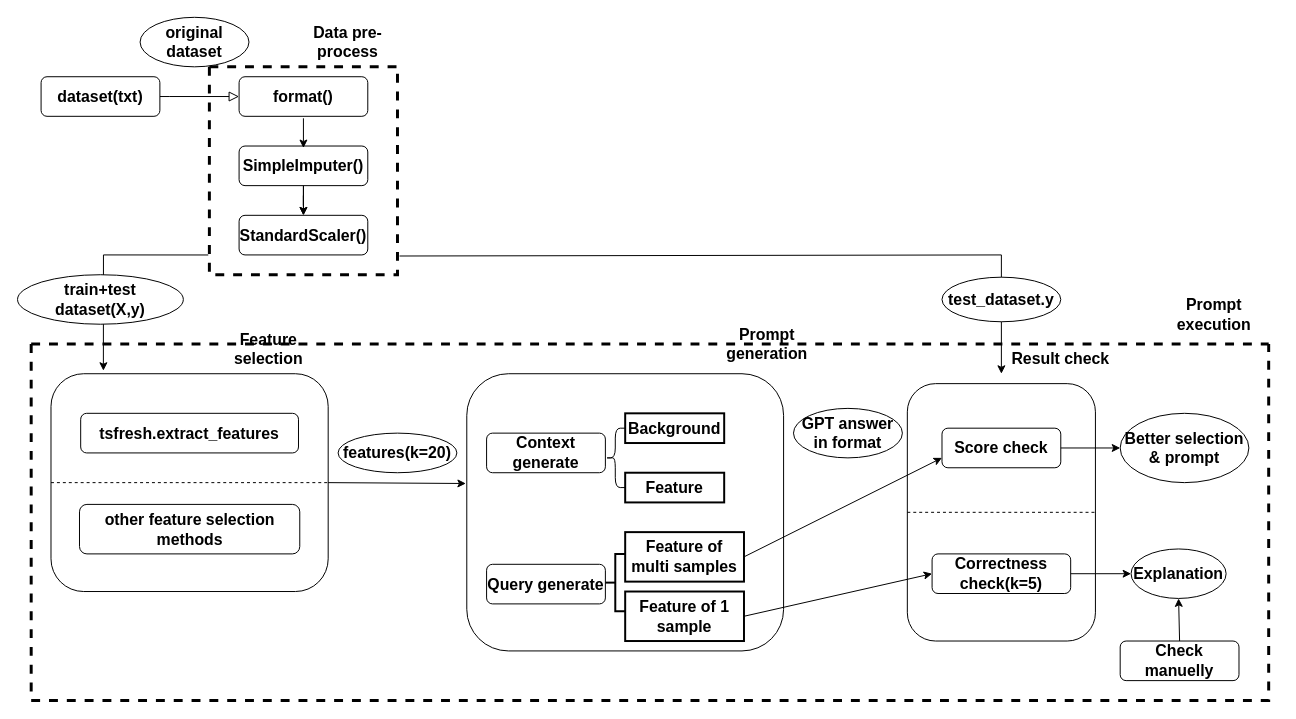
lab992/Generate_explanations_for_classification_by_ChatGPT keeps this draw.io diagram as misc/pipeline/pipeline.drawio. Above is the earlier version. Source tidied: cells renumbered, new cells numbered last; positions are measured from the earlier drawing's top-left corner, leaving out a move shared by most shapes. Both pictures are drawn from the tidied source at 99%, with x=0, y=0 at pixel (17, 17).
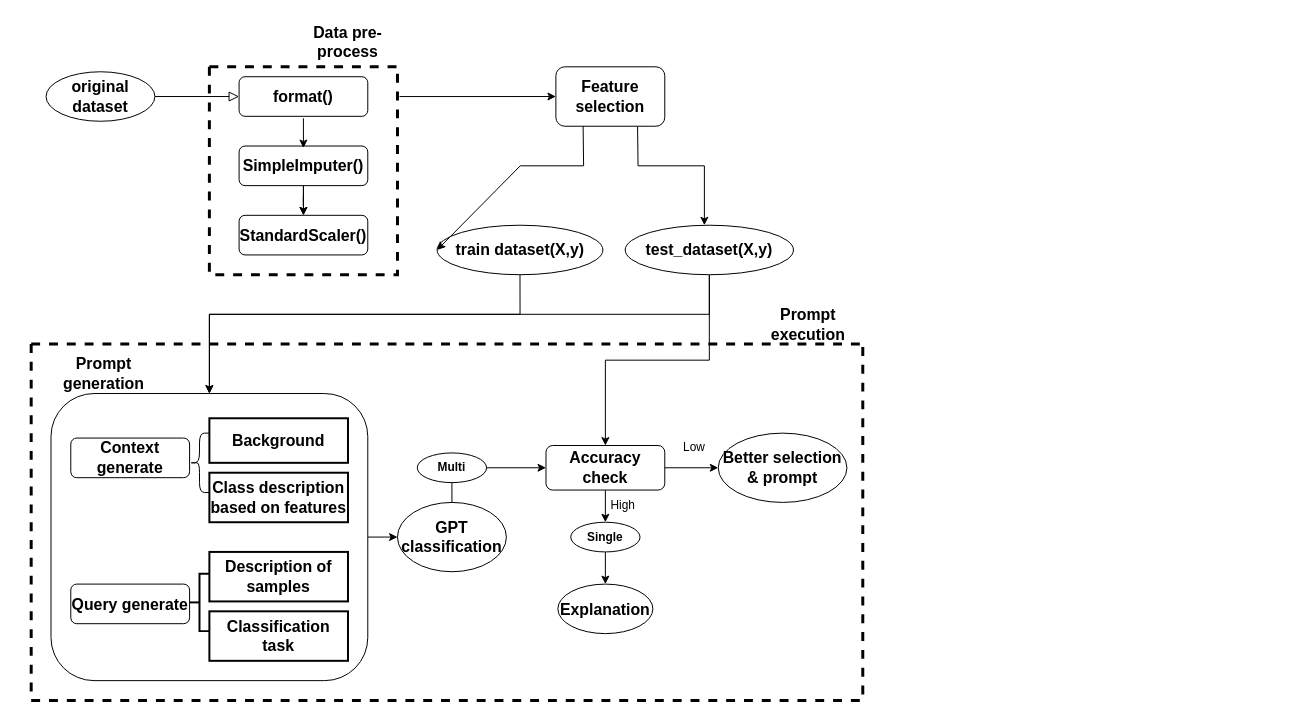
Above is the later version.

The change refers to these unchanged cells:
```xml
<mxCell id="8" style="swimlane;startSize=0;dashed=1;strokeWidth=3;fontSize=16;fontStyle=1;" parent="1" vertex="1">
  <mxGeometry x="194" y="50" width="190" height="210" as="geometry" />
</mxCell>
<mxCell id="9" value="format()" style="rounded=1;whiteSpace=wrap;html=1;fontSize=16;glass=0;strokeWidth=1;shadow=0;fontStyle=1;" parent="8" vertex="1">
  <mxGeometry x="30" y="10" width="130" height="40" as="geometry" />
</mxCell>
```

Change to the diagram source:
```diff
@@
-    <mxCell id="2" style="rounded=0;html=1;jettySize=auto;fontSize=16;endArrow=block;endFill=0;endSize=8;strokeWidth=1;shadow=0;labelBackgroundColor=none;edgeStyle=orthogonalEdgeStyle;exitX=1;exitY=0.5;exitDx=0;exitDy=0;entryX=0;entryY=0.5;entryDx=0;entryDy=0;fontStyle=1;" parent="1" edge="1" source="3" target="9">
-      <mxGeometry relative="1" as="geometry">
-        <Array as="points">
-          <mxPoint x="154" y="80" />
-          <mxPoint x="154" y="80" />
-        </Array>
-      </mxGeometry>
+    <mxCell id="2" style="rounded=0;html=1;jettySize=auto;fontSize=16;endArrow=block;endFill=0;endSize=8;strokeWidth=1;shadow=0;labelBackgroundColor=none;edgeStyle=orthogonalEdgeStyle;exitX=1;exitY=0.5;exitDx=0;exitDy=0;entryX=0;entryY=0.5;entryDx=0;entryDy=0;fontStyle=1;" parent="1" edge="1" source="46" target="9">
+      <mxGeometry relative="1" as="geometry" />
     </mxCell>
-    <mxCell id="3" value="dataset(txt)" style="rounded=1;whiteSpace=wrap;html=1;fontSize=16;glass=0;strokeWidth=1;shadow=0;fontStyle=1;" parent="1" vertex="1">
-      <mxGeometry x="24" y="60" width="120" height="40" as="geometry" />
-    </mxCell>
@@
     <mxCell id="11" style="swimlane;startSize=0;dashed=1;strokeWidth=3;fontSize=16;fontStyle=1;" parent="1" vertex="1">
-      <mxGeometry x="14" y="330" width="1250" height="360" as="geometry" />
+      <mxGeometry x="14" y="330" width="840" height="360" as="geometry" />
     </mxCell>
-    <mxCell id="12" style="rounded=1;whiteSpace=wrap;html=1;fontSize=16;fontStyle=1;" parent="11" vertex="1">
-      <mxGeometry x="20" y="30" width="280" height="220" as="geometry" />
-    </mxCell>
-    <mxCell id="13" value="Feature selection" style="text;html=1;strokeColor=none;fillColor=none;align=center;verticalAlign=middle;whiteSpace=wrap;rounded=0;fontSize=16;fontStyle=1;" parent="11" vertex="1">
-      <mxGeometry x="180" y="-10" width="120" height="30" as="geometry" />
-    </mxCell>
-    <mxCell id="14" style="endArrow=none;dashed=1;html=1;rounded=0;exitX=0;exitY=0.5;exitDx=0;exitDy=0;entryX=1;entryY=0.5;entryDx=0;entryDy=0;fontSize=16;fontStyle=1;" parent="11" edge="1" source="12" target="12">
-      <mxGeometry relative="1" as="geometry" />
-    </mxCell>
-    <mxCell id="15" value="tsfresh.extract_features" style="rounded=1;whiteSpace=wrap;html=1;fontSize=16;glass=0;strokeWidth=1;shadow=0;fontStyle=1;" parent="11" vertex="1">
-      <mxGeometry x="50" y="70" width="220" height="40" as="geometry" />
-    </mxCell>
-    <mxCell id="16" value="other feature selection methods" style="rounded=1;whiteSpace=wrap;html=1;fontSize=16;glass=0;strokeWidth=1;shadow=0;fontStyle=1;" parent="11" vertex="1">
-      <mxGeometry x="48.8" y="162" width="222.5" height="50" as="geometry" />
-    </mxCell>
     <mxCell id="17" style="rounded=1;whiteSpace=wrap;html=1;fontSize=16;fontStyle=1;" parent="11" vertex="1">
-      <mxGeometry x="440" y="30" width="320" height="280" as="geometry" />
+      <mxGeometry x="20" y="50" width="320" height="290" as="geometry" />
     </mxCell>
-    <mxCell id="18" value="features(k=20)" style="ellipse;whiteSpace=wrap;html=1;fontSize=16;fontStyle=1;" parent="11" vertex="1">
-      <mxGeometry x="310" y="90" width="120" height="40" as="geometry" />
-    </mxCell>
-    <mxCell id="19" style="endArrow=classic;html=1;rounded=0;exitX=1;exitY=0.5;exitDx=0;exitDy=0;entryX=-0.003;entryY=0.396;entryDx=0;entryDy=0;entryPerimeter=0;fontSize=16;fontStyle=1;" parent="11" edge="1" source="12" target="17">
-      <mxGeometry relative="1" as="geometry" />
-    </mxCell>
     <mxCell id="20" value="Prompt generation" style="text;html=1;strokeColor=none;fillColor=none;align=center;verticalAlign=middle;whiteSpace=wrap;rounded=0;fontSize=16;fontStyle=1;" parent="11" vertex="1">
-      <mxGeometry x="680" y="-20" width="127" height="40" as="geometry" />
+      <mxGeometry x="10" y="10" width="127" height="40" as="geometry" />
     </mxCell>
     <mxCell id="21" value="Context generate" style="rounded=1;whiteSpace=wrap;html=1;fontSize=16;glass=0;strokeWidth=1;shadow=0;fontStyle=1;" parent="11" vertex="1">
-      <mxGeometry x="460" y="90" width="120" height="40" as="geometry" />
+      <mxGeometry x="40" y="95" width="120" height="40" as="geometry" />
     </mxCell>
     <mxCell id="22" value="Query generate" style="rounded=1;whiteSpace=wrap;html=1;fontSize=16;glass=0;strokeWidth=1;shadow=0;fontStyle=1;" parent="11" vertex="1">
-      <mxGeometry x="460" y="222.5" width="120" height="40" as="geometry" />
+      <mxGeometry x="40" y="242.5" width="120" height="40" as="geometry" />
     </mxCell>
     <mxCell id="23" value="Background" style="whiteSpace=wrap;html=1;align=center;strokeWidth=2;fontSize=16;fontStyle=1;" parent="11" vertex="1">
-      <mxGeometry x="600" y="70" width="100" height="30" as="geometry" />
+      <mxGeometry x="180" y="75" width="140" height="45" as="geometry" />
     </mxCell>
-    <mxCell id="24" value="Feature" style="whiteSpace=wrap;html=1;align=center;strokeWidth=2;fontSize=16;fontStyle=1;" parent="11" vertex="1">
-      <mxGeometry x="600" y="130" width="100" height="30" as="geometry" />
+    <mxCell id="24" value="Class description based on features" style="whiteSpace=wrap;html=1;align=center;strokeWidth=2;fontSize=16;fontStyle=1;" parent="11" vertex="1">
+      <mxGeometry x="180" y="130" width="140" height="50" as="geometry" />
     </mxCell>
-    <mxCell id="25" value="Feature of multi samples" style="whiteSpace=wrap;html=1;align=center;strokeWidth=2;fontSize=16;fontStyle=1;" parent="11" vertex="1">
-      <mxGeometry x="600" y="190" width="120" height="50" as="geometry" />
+    <mxCell id="25" value="Description of samples" style="whiteSpace=wrap;html=1;align=center;strokeWidth=2;fontSize=16;fontStyle=1;" parent="11" vertex="1">
+      <mxGeometry x="180" y="210" width="140" height="50" as="geometry" />
     </mxCell>
     <mxCell id="26" style="shape=curlyBracket;whiteSpace=wrap;html=1;rounded=1;labelPosition=left;verticalLabelPosition=middle;align=right;verticalAlign=middle;fontSize=16;fontStyle=1;" parent="11" vertex="1">
-      <mxGeometry x="580" y="85" width="20" height="60" as="geometry" />
+      <mxGeometry x="160" y="90" width="20" height="60" as="geometry" />
     </mxCell>
     <mxCell id="27" style="strokeWidth=2;html=1;shape=mxgraph.flowchart.annotation_2;align=left;labelPosition=right;fontSize=16;fontStyle=1;" parent="11" vertex="1">
-      <mxGeometry x="580" y="212" width="20" height="58" as="geometry" />
+      <mxGeometry x="160" y="232" width="20" height="58" as="geometry" />
     </mxCell>
-    <mxCell id="28" style="rounded=1;whiteSpace=wrap;html=1;fontSize=16;fontStyle=1;" parent="11" vertex="1">
-      <mxGeometry x="885" y="40" width="190" height="260" as="geometry" />
-    </mxCell>
-    <mxCell id="29" style="endArrow=classic;html=1;rounded=0;exitX=1;exitY=0.5;exitDx=0;exitDy=0;entryX=0;entryY=0.75;entryDx=0;entryDy=0;fontSize=16;fontStyle=1;" parent="11" edge="1" source="25" target="31">
-      <mxGeometry relative="1" as="geometry" />
+    <mxCell id="29" style="endArrow=classic;html=1;rounded=0;exitX=0.5;exitY=0;exitDx=0;exitDy=0;entryX=0;entryY=0.5;entryDx=0;entryDy=0;fontSize=16;fontStyle=1;" parent="11" edge="1" source="30" target="31">
+      <mxGeometry relative="1" as="geometry">
+        <Array as="points">
+          <mxPoint x="425" y="125" />
+        </Array>
+      </mxGeometry>
     </mxCell>
-    <mxCell id="30" value="GPT answer in format" style="ellipse;whiteSpace=wrap;html=1;fontSize=16;fontStyle=1;" parent="11" vertex="1">
-      <mxGeometry x="770" y="65" width="110" height="50" as="geometry" />
-    </mxCell>
+    <mxCell id="50" style="edgeStyle=orthogonalEdgeStyle;rounded=0;jettySize=auto;html=1;exitX=0.5;exitY=1;exitDx=0;exitDy=0;entryX=0.5;entryY=0;entryDx=0;entryDy=0;" parent="11" edge="1" source="31" target="53">
+      <mxGeometry relative="1" as="geometry" />
+    </mxCell>
-    <mxCell id="31" value="Score check" style="rounded=1;whiteSpace=wrap;html=1;fontSize=16;glass=0;strokeWidth=1;shadow=0;fontStyle=1;" parent="11" vertex="1">
-      <mxGeometry x="920" y="85" width="120" height="40" as="geometry" />
+    <mxCell id="31" value="Accuracy check" style="rounded=1;whiteSpace=wrap;html=1;fontSize=16;glass=0;strokeWidth=1;shadow=0;fontStyle=1;" parent="11" vertex="1">
+      <mxGeometry x="520" y="102.5" width="120" height="45" as="geometry" />
     </mxCell>
-    <mxCell id="32" value="Correctness check(k=5)" style="rounded=1;whiteSpace=wrap;html=1;fontSize=16;glass=0;strokeWidth=1;shadow=0;fontStyle=1;" parent="11" vertex="1">
-      <mxGeometry x="910" y="212" width="140" height="40" as="geometry" />
-    </mxCell>
     <mxCell id="33" value="Better selection &amp;amp; prompt" style="ellipse;whiteSpace=wrap;html=1;fontSize=16;fontStyle=1;" parent="11" vertex="1">
-      <mxGeometry x="1100" y="70" width="130" height="70" as="geometry" />
+      <mxGeometry x="694" y="90" width="130" height="70" as="geometry" />
     </mxCell>
@@
-    <mxCell id="35" value="Result check" style="text;html=1;strokeColor=none;fillColor=none;align=center;verticalAlign=middle;whiteSpace=wrap;rounded=0;fontSize=16;fontStyle=1;" parent="11" vertex="1">
-      <mxGeometry x="980" width="120" height="30" as="geometry" />
-    </mxCell>
-    <mxCell id="36" style="endArrow=none;dashed=1;html=1;rounded=0;exitX=0;exitY=0.5;exitDx=0;exitDy=0;entryX=1;entryY=0.5;entryDx=0;entryDy=0;fontSize=16;fontStyle=1;" parent="11" edge="1" source="28" target="28">
-      <mxGeometry relative="1" as="geometry" />
-    </mxCell>
     <mxCell id="37" value="Explanation" style="ellipse;whiteSpace=wrap;html=1;fontSize=16;fontStyle=1;" parent="11" vertex="1">
-      <mxGeometry x="1111" y="207" width="96" height="50" as="geometry" />
+      <mxGeometry x="532" y="242.5" width="96" height="50" as="geometry" />
     </mxCell>
-    <mxCell id="38" style="endArrow=classic;html=1;rounded=0;exitX=1;exitY=0.5;exitDx=0;exitDy=0;fontSize=16;fontStyle=1;" parent="11" edge="1" source="32" target="37">
-      <mxGeometry relative="1" as="geometry" />
-    </mxCell>
-    <mxCell id="39" value="Check manuelly" style="rounded=1;whiteSpace=wrap;html=1;fontSize=16;glass=0;strokeWidth=1;shadow=0;fontStyle=1;" parent="11" vertex="1">
-      <mxGeometry x="1100" y="300" width="120" height="40" as="geometry" />
-    </mxCell>
-    <mxCell id="40" style="endArrow=classic;html=1;rounded=0;entryX=0.5;entryY=1;entryDx=0;entryDy=0;exitX=0.5;exitY=0;exitDx=0;exitDy=0;fontSize=16;fontStyle=1;" parent="11" edge="1" source="39" target="37">
-      <mxGeometry relative="1" as="geometry" />
-    </mxCell>
-    <mxCell id="41" value="Feature of 1 sample" style="whiteSpace=wrap;html=1;align=center;strokeWidth=2;fontSize=16;fontStyle=1;" parent="11" vertex="1">
-      <mxGeometry x="600" y="250" width="120" height="50" as="geometry" />
+    <mxCell id="41" value="Classification task" style="whiteSpace=wrap;html=1;align=center;strokeWidth=2;fontSize=16;fontStyle=1;" parent="11" vertex="1">
+      <mxGeometry x="180" y="270" width="140" height="50" as="geometry" />
     </mxCell>
-    <mxCell id="42" style="endArrow=classic;html=1;rounded=0;exitX=1;exitY=0.5;exitDx=0;exitDy=0;entryX=0;entryY=0.5;entryDx=0;entryDy=0;" parent="11" edge="1" source="41" target="32">
-      <mxGeometry relative="1" as="geometry" />
-    </mxCell>
+    <mxCell id="51" style="endArrow=classic;html=1;rounded=0;exitX=1;exitY=0.5;exitDx=0;exitDy=0;entryX=0;entryY=0.5;entryDx=0;entryDy=0;fontSize=16;fontStyle=1;" parent="11" edge="1" source="17" target="30">
+      <mxGeometry relative="1" as="geometry" />
+    </mxCell>
+    <mxCell id="30" value="GPT classification" style="ellipse;whiteSpace=wrap;html=1;fontSize=16;fontStyle=1;" parent="11" vertex="1">
+      <mxGeometry x="370" y="160" width="110" height="70" as="geometry" />
+    </mxCell>
+    <mxCell id="52" style="edgeStyle=orthogonalEdgeStyle;rounded=0;jettySize=auto;html=1;exitX=0.5;exitY=1;exitDx=0;exitDy=0;entryX=0.5;entryY=0;entryDx=0;entryDy=0;" parent="11" edge="1" source="53" target="37">
+      <mxGeometry relative="1" as="geometry" />
+    </mxCell>
+    <mxCell id="53" value="&lt;b&gt;Single&lt;/b&gt;" style="ellipse;whiteSpace=wrap;html=1;" parent="11" vertex="1">
+      <mxGeometry x="545" y="180" width="70" height="30" as="geometry" />
+    </mxCell>
+    <mxCell id="54" value="&lt;b&gt;Multi&lt;/b&gt;" style="ellipse;whiteSpace=wrap;html=1;" parent="11" vertex="1">
+      <mxGeometry x="390" y="110" width="70" height="30" as="geometry" />
+    </mxCell>
+    <mxCell id="55" value="High" style="text;html=1;strokeColor=none;fillColor=none;align=center;verticalAlign=middle;whiteSpace=wrap;rounded=0;" parent="11" vertex="1">
+      <mxGeometry x="568" y="147.5" width="60" height="30" as="geometry" />
+    </mxCell>
+    <mxCell id="56" value="Low" style="text;html=1;strokeColor=none;fillColor=none;align=center;verticalAlign=middle;whiteSpace=wrap;rounded=0;" parent="11" vertex="1">
+      <mxGeometry x="640" y="90" width="60" height="30" as="geometry" />
+    </mxCell>
@@
-    <mxCell id="44" style="endArrow=classic;html=1;rounded=0;exitX=-0.006;exitY=0.905;exitDx=0;exitDy=0;entryX=0.189;entryY=-0.014;entryDx=0;entryDy=0;entryPerimeter=0;exitPerimeter=0;fontSize=16;fontStyle=1;" parent="1" edge="1" source="8" target="12">
-      <mxGeometry relative="1" as="geometry">
-        <Array as="points">
-          <mxPoint x="87" y="240" />
-        </Array>
-      </mxGeometry>
+    <mxCell id="44" style="endArrow=classic;html=1;rounded=0;exitX=1.011;exitY=0.143;exitDx=0;exitDy=0;fontSize=16;fontStyle=1;entryX=0;entryY=0.5;entryDx=0;entryDy=0;exitPerimeter=0;" parent="1" edge="1" source="8" target="12">
+      <mxGeometry relative="1" as="geometry" />
     </mxCell>
-    <mxCell id="45" value="Prompt execution" style="text;html=1;strokeColor=none;fillColor=none;align=center;verticalAlign=middle;whiteSpace=wrap;rounded=0;fontSize=16;fontStyle=1;" parent="1" vertex="1">
-      <mxGeometry x="1144" y="280" width="130" height="40" as="geometry" />
-    </mxCell>
     <mxCell id="46" value="original dataset" style="ellipse;whiteSpace=wrap;html=1;fontSize=16;fontStyle=1;" parent="1" vertex="1">
-      <mxGeometry x="124" width="110" height="50" as="geometry" />
+      <mxGeometry x="29" y="55" width="110" height="50" as="geometry" />
     </mxCell>
+    <mxCell id="57" style="edgeStyle=orthogonalEdgeStyle;rounded=0;jettySize=auto;html=1;exitX=0.5;exitY=1;exitDx=0;exitDy=0;entryX=0.5;entryY=0;entryDx=0;entryDy=0;" parent="1" edge="1" source="47" target="17">
+      <mxGeometry relative="1" as="geometry">
+        <Array as="points">
+          <mxPoint x="508" y="300" />
+          <mxPoint x="194" y="300" />
+        </Array>
+      </mxGeometry>
+    </mxCell>
-    <mxCell id="47" value="train+test dataset(X,y)" style="ellipse;whiteSpace=wrap;html=1;fontSize=16;fontStyle=1;" parent="1" vertex="1">
-      <mxGeometry x="0.2" y="260" width="167.5" height="50" as="geometry" />
+    <mxCell id="47" value="train dataset(X,y)" style="ellipse;whiteSpace=wrap;html=1;fontSize=16;fontStyle=1;" parent="1" vertex="1">
+      <mxGeometry x="424" y="210" width="167.5" height="50" as="geometry" />
     </mxCell>
-    <mxCell id="48" style="endArrow=classic;html=1;rounded=0;exitX=1.011;exitY=0.91;exitDx=0;exitDy=0;exitPerimeter=0;fontSize=16;fontStyle=1;" parent="1" edge="1" source="8">
+    <mxCell id="48" style="endArrow=classic;html=1;rounded=0;exitX=0.75;exitY=1;exitDx=0;exitDy=0;fontSize=16;fontStyle=1;" parent="1" edge="1" source="12">
       <mxGeometry relative="1" as="geometry">
-        <mxPoint x="994" y="360" as="targetPoint" />
+        <mxPoint x="694" y="210" as="targetPoint" />
         <Array as="points">
-          <mxPoint x="994" y="240" />
+          <mxPoint x="627" y="150" />
+          <mxPoint x="694" y="150" />
         </Array>
       </mxGeometry>
     </mxCell>
+    <mxCell id="58" style="edgeStyle=orthogonalEdgeStyle;rounded=0;jettySize=auto;html=1;exitX=0.5;exitY=1;exitDx=0;exitDy=0;entryX=0.5;entryY=0;entryDx=0;entryDy=0;" parent="1" edge="1" source="49" target="17">
+      <mxGeometry relative="1" as="geometry">
+        <Array as="points">
+          <mxPoint x="699" y="300" />
+          <mxPoint x="194" y="300" />
+        </Array>
+      </mxGeometry>
+    </mxCell>
+    <mxCell id="59" style="edgeStyle=orthogonalEdgeStyle;rounded=0;jettySize=auto;html=1;exitX=0.5;exitY=1;exitDx=0;exitDy=0;entryX=0.5;entryY=0;entryDx=0;entryDy=0;" parent="1" edge="1" source="49" target="31">
+      <mxGeometry relative="1" as="geometry" />
+    </mxCell>
-    <mxCell id="49" value="test_dataset.y" style="ellipse;whiteSpace=wrap;html=1;fontSize=16;fontStyle=1;" parent="1" vertex="1">
-      <mxGeometry x="934" y="262.5" width="120" height="45" as="geometry" />
+    <mxCell id="49" value="test_dataset(X,y)" style="ellipse;whiteSpace=wrap;html=1;fontSize=16;fontStyle=1;" parent="1" vertex="1">
+      <mxGeometry x="614" y="210" width="170" height="50" as="geometry" />
     </mxCell>
+    <mxCell id="12" style="rounded=1;whiteSpace=wrap;html=1;fontSize=16;fontStyle=1;" parent="1" vertex="1">
+      <mxGeometry x="544" y="50" width="110" height="60" as="geometry" />
+    </mxCell>
+    <mxCell id="19" style="endArrow=classic;html=1;rounded=0;exitX=0.25;exitY=1;exitDx=0;exitDy=0;fontSize=16;fontStyle=1;entryX=0;entryY=0.5;entryDx=0;entryDy=0;" parent="1" edge="1" source="12" target="47">
+      <mxGeometry relative="1" as="geometry">
+        <Array as="points">
+          <mxPoint x="572" y="150" />
+          <mxPoint x="508" y="150" />
+        </Array>
+      </mxGeometry>
+    </mxCell>
+    <mxCell id="13" value="Feature selection" style="text;html=1;strokeColor=none;fillColor=none;align=center;verticalAlign=middle;whiteSpace=wrap;rounded=0;fontSize=16;fontStyle=1;" parent="1" vertex="1">
+      <mxGeometry x="539" y="65" width="120" height="30" as="geometry" />
+    </mxCell>
+    <mxCell id="45" value="Prompt execution" style="text;html=1;strokeColor=none;fillColor=none;align=center;verticalAlign=middle;whiteSpace=wrap;rounded=0;fontSize=16;fontStyle=1;" parent="1" vertex="1">
+      <mxGeometry x="734" y="290" width="130" height="40" as="geometry" />
+    </mxCell>
```
